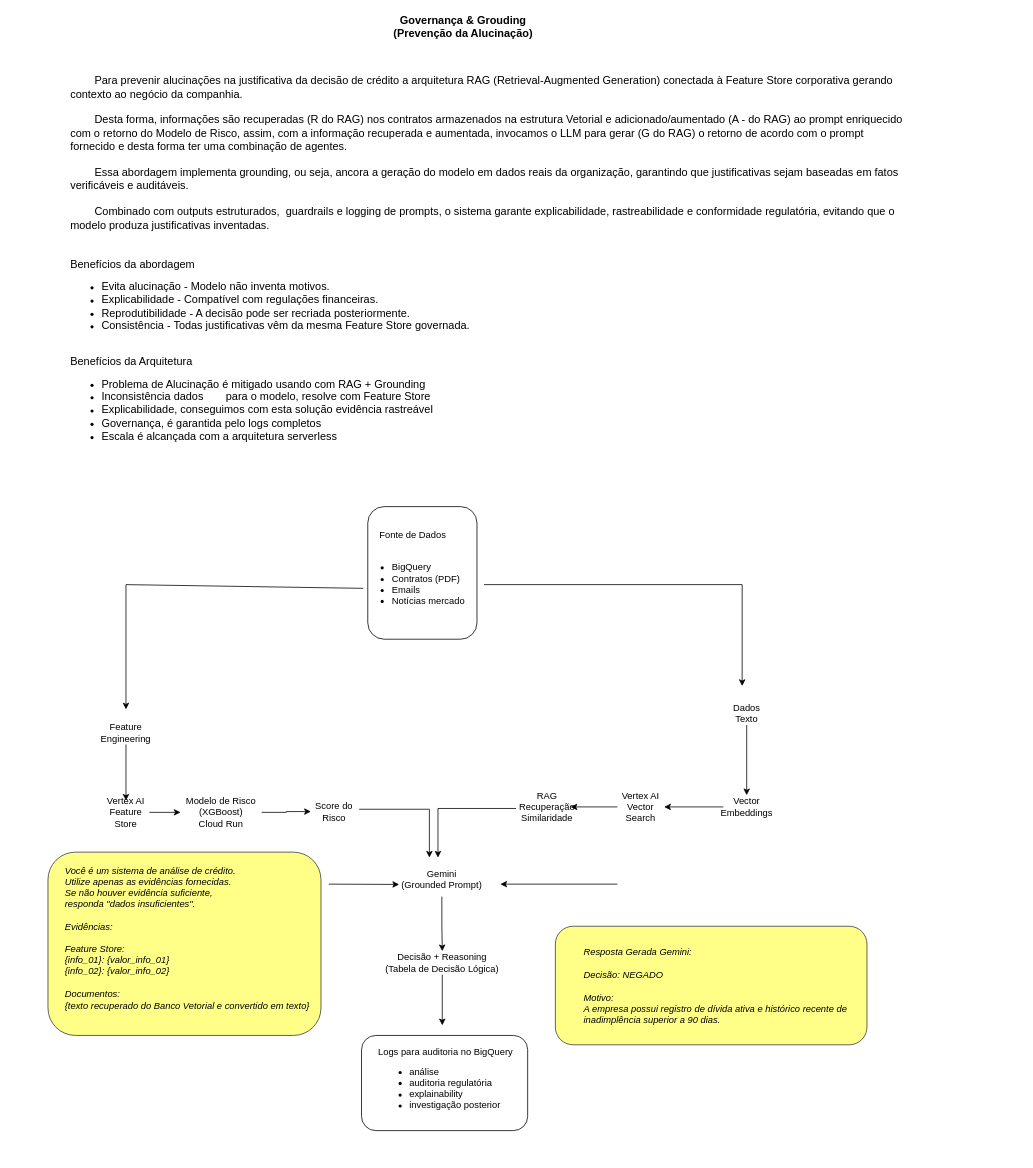
Earlier version of the draw.io diagram Diagramas/Avaliacao_Parte_V_Governança_Grouding_FabianoMarquesFonseca.drawio (fabianoml/Verity). Source tidied: cells renumbered, new cells numbered last; positions are measured from the earlier drawing's top-left corner, leaving out a move shared by most shapes. Both pictures are drawn from the tidied source at 78%, with x=0, y=0 at pixel (48, 15).
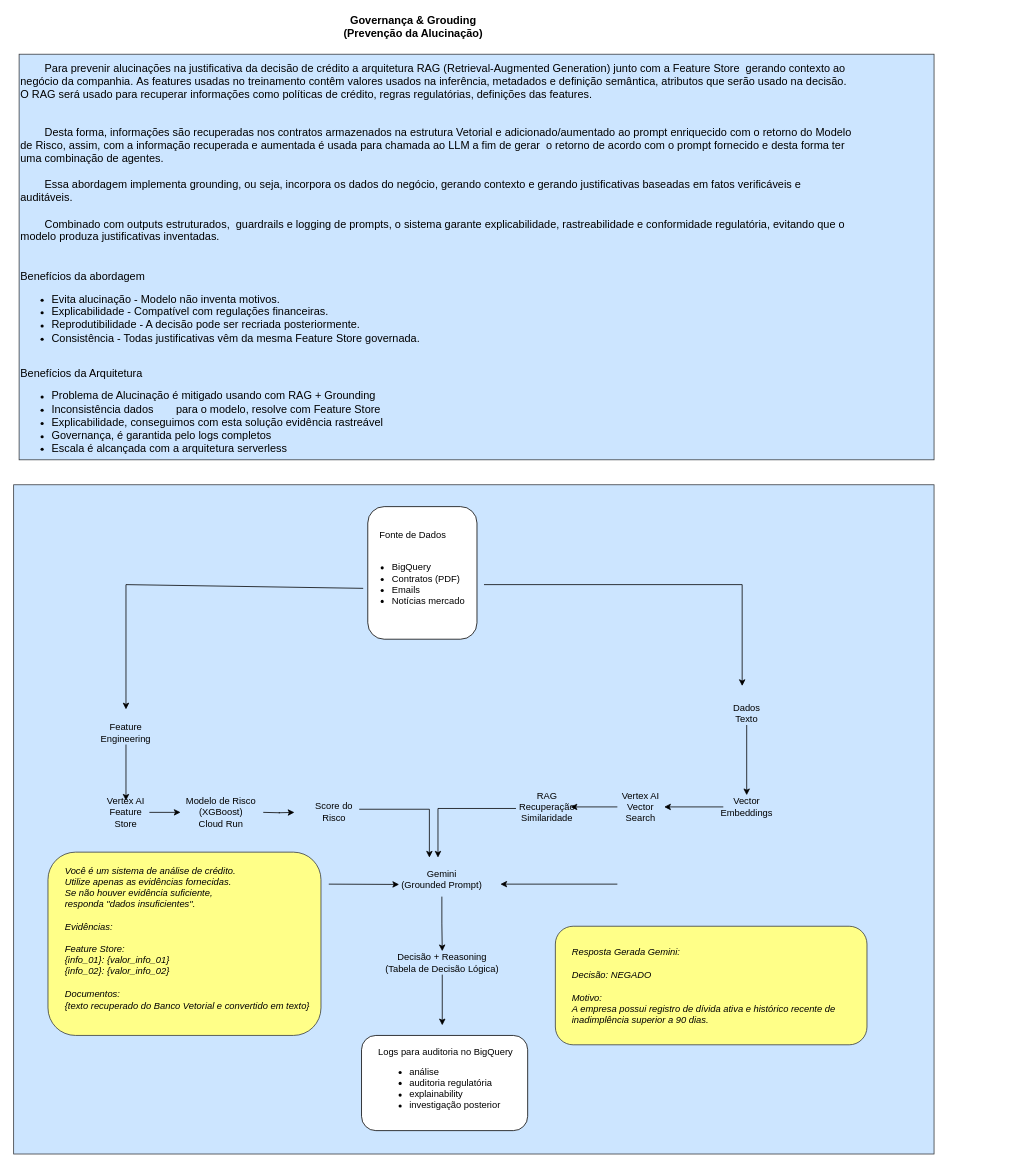
The same page after the edit.

Unchanged cells that the change refers to:
```xml
<mxCell id="15" value="Modelo de Risco (XGBoost)&lt;br&gt;Cloud Run" style="text;html=1;whiteSpace=wrap;strokeColor=none;fillColor=none;align=center;verticalAlign=middle;rounded=0;" parent="1" vertex="1">
  <mxGeometry x="170" y="1017" width="104" height="10" as="geometry" />
</mxCell>
<mxCell id="16" value="Score do Risco" style="text;html=1;whiteSpace=wrap;strokeColor=none;fillColor=none;align=center;verticalAlign=middle;rounded=0;" parent="1" vertex="1">
  <mxGeometry x="337" y="1006" width="60" height="30" as="geometry" />
</mxCell>
```

Diff of the diagram source:
```diff
@@
+    <mxCell id="36" style="rounded=0;whiteSpace=wrap;html=1;fillColor=#cce5ff;strokeColor=#36393d;" parent="1" vertex="1">
+      <mxGeometry x="-37" y="50" width="1173" height="520" as="geometry" />
+    </mxCell>
+    <mxCell id="37" style="rounded=0;whiteSpace=wrap;html=1;fillColor=#cce5ff;strokeColor=#36393d;" parent="1" vertex="1">
+      <mxGeometry x="-44" y="602" width="1180" height="858" as="geometry" />
+    </mxCell>
@@
     <mxCell id="6" value="&lt;b&gt;&lt;font style=&quot;font-size: 14px;&quot;&gt;Governança &amp;amp; Grouding&lt;br&gt;(Prevenção da Alucinação)&lt;/font&gt;&lt;/b&gt;" style="text;html=1;whiteSpace=wrap;strokeColor=none;fillColor=none;align=center;verticalAlign=middle;rounded=0;" parent="1" vertex="1">
-      <mxGeometry x="420" width="225" height="30" as="geometry" />
+      <mxGeometry x="356" width="225" height="30" as="geometry" />
     </mxCell>
-    <mxCell id="7" value="&lt;div style=&quot;&quot;&gt;&lt;div&gt;&lt;span style=&quot;font-size: 14px;&quot;&gt;&lt;span style=&quot;white-space: pre;&quot;&gt;&#9;&lt;/span&gt;Para prevenir alucinações na justificativa da decisão de crédito a arquitetura RAG (Retrieval-Augmented Generation) conectada à Feature Store corporativa gerando contexto ao negócio da companhia.&lt;/span&gt;&lt;/div&gt;&lt;div&gt;&lt;span style=&quot;font-size: 14px;&quot;&gt;&lt;span style=&quot;white-space: pre;&quot;&gt;&#9;&lt;/span&gt;&lt;br&gt;&lt;span style=&quot;white-space: pre;&quot;&gt;&#9;&lt;/span&gt;Desta forma, informações são recuperadas (R do RAG) nos contratos armazenados na estrutura Vetorial e adicionado/aumentado (A - do RAG) ao prompt enriquecido com o retorno do Modelo de Risco, assim,&amp;nbsp;&lt;/span&gt;&lt;span style=&quot;font-size: 14px; background-color: transparent; color: light-dark(rgb(0, 0, 0), rgb(255, 255, 255));&quot;&gt;com a informação recuperada e aumentada, invocamos o LLM para gerar (G do RAG) o retorno de acordo com o prompt fornecido e desta forma ter uma combinação de agentes.&lt;/span&gt;&lt;/div&gt;&lt;div&gt;&lt;span style=&quot;font-size: 14px;&quot;&gt;&lt;br&gt;&lt;/span&gt;&lt;/div&gt;&lt;div&gt;&lt;span style=&quot;font-size: 14px;&quot;&gt;&lt;span style=&quot;white-space: pre;&quot;&gt;&#9;&lt;/span&gt;Essa abordagem implementa grounding, ou seja, ancora a geração do modelo em dados reais da organização, garantindo que justificativas sejam baseadas em fatos verificáveis e auditáveis.&lt;/span&gt;&lt;/div&gt;&lt;div&gt;&lt;span style=&quot;font-size: 14px;&quot;&gt;&lt;br&gt;&lt;/span&gt;&lt;/div&gt;&lt;div&gt;&lt;span style=&quot;font-size: 14px;&quot;&gt;&lt;span style=&quot;white-space: pre;&quot;&gt;&#9;&lt;/span&gt;Combinado com outputs estruturados,&amp;nbsp; guardrails e logging de prompts, o sistema garante explicabilidade, rastreabilidade e conformidade regulatória, evitando que o modelo produza justificativas inventadas.&lt;/span&gt;&lt;/div&gt;&lt;div&gt;&lt;span style=&quot;font-size: 14px;&quot;&gt;&lt;br&gt;&lt;/span&gt;&lt;/div&gt;&lt;div&gt;&lt;span style=&quot;font-size: 14px;&quot;&gt;&lt;br&gt;&lt;/span&gt;&lt;/div&gt;&lt;div&gt;&lt;span style=&quot;font-size: 14px;&quot;&gt;Benefícios da abordagem&lt;/span&gt;&lt;/div&gt;&lt;div&gt;&lt;ul&gt;&lt;li&gt;&lt;span style=&quot;font-size: 14px;&quot;&gt;Evita alucinação - Modelo não inventa motivos.&lt;/span&gt;&lt;/li&gt;&lt;li&gt;&lt;span style=&quot;font-size: 14px; background-color: transparent; color: light-dark(rgb(0, 0, 0), rgb(255, 255, 255));&quot;&gt;Explicabilidade - Compatível com regulações financeiras.&lt;/span&gt;&lt;/li&gt;&lt;li&gt;&lt;span style=&quot;font-size: 14px; background-color: transparent; color: light-dark(rgb(0, 0, 0), rgb(255, 255, 255));&quot;&gt;Reprodutibilidade - A decisão pode ser recriada posteriormente.&lt;/span&gt;&lt;/li&gt;&lt;li&gt;&lt;span style=&quot;font-size: 14px; background-color: transparent; color: light-dark(rgb(0, 0, 0), rgb(255, 255, 255));&quot;&gt;Consistência - Todas justificativas vêm da mesma Feature Store governada.&lt;/span&gt;&lt;/li&gt;&lt;/ul&gt;&lt;/div&gt;&lt;div&gt;&lt;span style=&quot;font-size: 14px;&quot;&gt;&lt;br&gt;&lt;/span&gt;&lt;/div&gt;&lt;div&gt;&lt;span style=&quot;font-size: 14px;&quot;&gt;Benefícios da Arquitetura&lt;/span&gt;&lt;/div&gt;&lt;div&gt;&lt;ul&gt;&lt;li&gt;&lt;font style=&quot;font-size: 14px;&quot;&gt;&lt;span style=&quot;background-color: transparent; color: light-dark(rgb(0, 0, 0), rgb(255, 255, 255));&quot;&gt;Problema de Alucinação é&amp;nbsp;&lt;/span&gt;mitigado usando com&amp;nbsp;&lt;span style=&quot;background-color: transparent; color: light-dark(rgb(0, 0, 0), rgb(255, 255, 255));&quot;&gt;RAG + Grounding&lt;/span&gt;&lt;/font&gt;&lt;/li&gt;&lt;li&gt;&lt;font style=&quot;font-size: 14px;&quot;&gt;Inconsistência dados&lt;span style=&quot;white-space:pre&quot;&gt;&#9;&lt;/span&gt;&amp;nbsp;para o modelo, resolve com&amp;nbsp;Feature Store&lt;/font&gt;&lt;/li&gt;&lt;li&gt;&lt;font style=&quot;font-size: 14px;&quot;&gt;Explicabilidade, conseguimos com esta solução evidência rastreável&lt;/font&gt;&lt;/li&gt;&lt;li&gt;&lt;font style=&quot;font-size: 14px;&quot;&gt;Governança, é garantida pelo logs completos&lt;/font&gt;&lt;/li&gt;&lt;li&gt;&lt;font style=&quot;font-size: 14px;&quot;&gt;Escala é alcançada com a&amp;nbsp;arquitetura serverless&lt;/font&gt;&lt;/li&gt;&lt;/ul&gt;&lt;/div&gt;&lt;div&gt;&lt;br&gt;&lt;/div&gt;&lt;/div&gt;" style="text;html=1;whiteSpace=wrap;strokeColor=none;fillColor=none;align=left;verticalAlign=middle;rounded=0;" parent="1" vertex="1">
-      <mxGeometry x="27" y="310" width="1072.5" height="30" as="geometry" />
+    <mxCell id="7" value="&lt;div style=&quot;&quot;&gt;&lt;div&gt;&lt;span style=&quot;font-size: 14px;&quot;&gt;&lt;span style=&quot;white-space: pre;&quot;&gt;&#9;&lt;/span&gt;Para prevenir alucinações na justificativa da decisão de crédito a arquitetura RAG (Retrieval-Augmented Generation) junto com a Feature Store&amp;nbsp; gerando contexto ao negócio da companhia.&amp;nbsp;&lt;/span&gt;&lt;span style=&quot;background-color: transparent; font-size: 14px;&quot;&gt;As features usadas no treinamento contêm valores usados na inferência, metadados e definição semântica, atributos que serão usado na decisão.&lt;/span&gt;&lt;/div&gt;&lt;div&gt;&lt;span style=&quot;font-size: 14px;&quot;&gt;O RAG será usado para recuperar informações como políticas de crédito, regras regulatórias, definições das features.&lt;/span&gt;&lt;/div&gt;&lt;div&gt;&lt;br&gt;&lt;/div&gt;&lt;div&gt;&lt;span style=&quot;font-size: 14px;&quot;&gt;&lt;span style=&quot;white-space: pre;&quot;&gt;&#9;&lt;/span&gt;&lt;br&gt;&lt;span style=&quot;white-space: pre;&quot;&gt;&#9;&lt;/span&gt;Desta forma, informações são recuperadas nos contratos armazenados na estrutura Vetorial e adicionado/aumentado ao prompt enriquecido com o retorno do Modelo de Risco, assim,&amp;nbsp;&lt;/span&gt;&lt;span style=&quot;font-size: 14px; background-color: transparent; color: light-dark(rgb(0, 0, 0), rgb(255, 255, 255));&quot;&gt;com a informação recuperada e aumentada é usada para chamada ao LLM a fim de gerar&amp;nbsp; o retorno de acordo com o prompt fornecido e desta forma ter uma combinação de agentes.&lt;/span&gt;&lt;/div&gt;&lt;div&gt;&lt;span style=&quot;font-size: 14px;&quot;&gt;&lt;br&gt;&lt;/span&gt;&lt;/div&gt;&lt;div&gt;&lt;span style=&quot;font-size: 14px;&quot;&gt;&lt;span style=&quot;white-space: pre;&quot;&gt;&#9;&lt;/span&gt;Essa abordagem implementa grounding, ou seja, incorpora os dados do negócio, gerando contexto e gerando justificativas baseadas em fatos verificáveis e auditáveis.&lt;/span&gt;&lt;/div&gt;&lt;div&gt;&lt;span style=&quot;font-size: 14px;&quot;&gt;&lt;br&gt;&lt;/span&gt;&lt;/div&gt;&lt;div&gt;&lt;span style=&quot;font-size: 14px;&quot;&gt;&lt;span style=&quot;white-space: pre;&quot;&gt;&#9;&lt;/span&gt;Combinado com outputs estruturados,&amp;nbsp; guardrails e logging de prompts, o sistema garante explicabilidade, rastreabilidade e conformidade regulatória, evitando que o modelo produza justificativas inventadas.&lt;/span&gt;&lt;/div&gt;&lt;div&gt;&lt;span style=&quot;font-size: 14px;&quot;&gt;&lt;br&gt;&lt;/span&gt;&lt;/div&gt;&lt;div&gt;&lt;span style=&quot;font-size: 14px;&quot;&gt;&lt;br&gt;&lt;/span&gt;&lt;/div&gt;&lt;div&gt;&lt;span style=&quot;font-size: 14px;&quot;&gt;Benefícios da abordagem&lt;/span&gt;&lt;/div&gt;&lt;div&gt;&lt;ul&gt;&lt;li&gt;&lt;span style=&quot;font-size: 14px;&quot;&gt;Evita alucinação - Modelo não inventa motivos.&lt;/span&gt;&lt;/li&gt;&lt;li&gt;&lt;span style=&quot;font-size: 14px; background-color: transparent; color: light-dark(rgb(0, 0, 0), rgb(255, 255, 255));&quot;&gt;Explicabilidade - Compatível com regulações financeiras.&lt;/span&gt;&lt;/li&gt;&lt;li&gt;&lt;span style=&quot;font-size: 14px; background-color: transparent; color: light-dark(rgb(0, 0, 0), rgb(255, 255, 255));&quot;&gt;Reprodutibilidade - A decisão pode ser recriada posteriormente.&lt;/span&gt;&lt;/li&gt;&lt;li&gt;&lt;span style=&quot;font-size: 14px; background-color: transparent; color: light-dark(rgb(0, 0, 0), rgb(255, 255, 255));&quot;&gt;Consistência - Todas justificativas vêm da mesma Feature Store governada.&lt;/span&gt;&lt;/li&gt;&lt;/ul&gt;&lt;/div&gt;&lt;div&gt;&lt;span style=&quot;font-size: 14px;&quot;&gt;&lt;br&gt;&lt;/span&gt;&lt;/div&gt;&lt;div&gt;&lt;span style=&quot;font-size: 14px;&quot;&gt;Benefícios da Arquitetura&lt;/span&gt;&lt;/div&gt;&lt;div&gt;&lt;ul&gt;&lt;li&gt;&lt;font style=&quot;font-size: 14px;&quot;&gt;&lt;span style=&quot;background-color: transparent; color: light-dark(rgb(0, 0, 0), rgb(255, 255, 255));&quot;&gt;Problema de Alucinação é&amp;nbsp;&lt;/span&gt;mitigado usando com&amp;nbsp;&lt;span style=&quot;background-color: transparent; color: light-dark(rgb(0, 0, 0), rgb(255, 255, 255));&quot;&gt;RAG + Grounding&lt;/span&gt;&lt;/font&gt;&lt;/li&gt;&lt;li&gt;&lt;font style=&quot;font-size: 14px;&quot;&gt;Inconsistência dados&lt;span style=&quot;white-space:pre&quot;&gt;&#9;&lt;/span&gt;&amp;nbsp;para o modelo, resolve com&amp;nbsp;Feature Store&lt;/font&gt;&lt;/li&gt;&lt;li&gt;&lt;font style=&quot;font-size: 14px;&quot;&gt;Explicabilidade, conseguimos com esta solução evidência rastreável&lt;/font&gt;&lt;/li&gt;&lt;li&gt;&lt;font style=&quot;font-size: 14px;&quot;&gt;Governança, é garantida pelo logs completos&lt;/font&gt;&lt;/li&gt;&lt;li&gt;&lt;font style=&quot;font-size: 14px;&quot;&gt;Escala é alcançada com a&amp;nbsp;arquitetura serverless&lt;/font&gt;&lt;/li&gt;&lt;/ul&gt;&lt;/div&gt;&lt;div&gt;&lt;br&gt;&lt;/div&gt;&lt;/div&gt;" style="text;html=1;whiteSpace=wrap;strokeColor=none;fillColor=none;align=left;verticalAlign=middle;rounded=0;" parent="1" vertex="1">
+      <mxGeometry x="-37" y="310" width="1072.5" height="30" as="geometry" />
     </mxCell>
@@
-    <mxCell id="14" style="edgeStyle=orthogonalEdgeStyle;rounded=0;jettySize=auto;html=1;" parent="1" edge="1" source="15" target="16">
-      <mxGeometry relative="1" as="geometry" />
-    </mxCell>
@@
     <mxCell id="34" value="&lt;div&gt;&lt;i style=&quot;background-color: transparent; color: light-dark(rgb(0, 0, 0), rgb(255, 255, 255));&quot;&gt;Resposta Gerada Gemini:&lt;/i&gt;&lt;/div&gt;&lt;div&gt;&lt;i&gt;&lt;br&gt;&lt;/i&gt;&lt;/div&gt;&lt;div&gt;&lt;i&gt;Decisão: NEGADO&lt;/i&gt;&lt;/div&gt;&lt;div&gt;&lt;i&gt;&lt;br&gt;&lt;/i&gt;&lt;/div&gt;&lt;div&gt;&lt;i&gt;Motivo:&lt;/i&gt;&lt;/div&gt;&lt;div&gt;&lt;i&gt;A empresa possui registro de dívida ativa e histórico recente de &lt;br&gt;inadimplência superior a 90 dias.&lt;/i&gt;&lt;/div&gt;" style="text;html=1;whiteSpace=wrap;strokeColor=none;fillColor=none;align=left;verticalAlign=middle;rounded=0;" parent="1" vertex="1">
-      <mxGeometry x="685" y="1230" width="560" height="30" as="geometry" />
+      <mxGeometry x="670" y="1230" width="560" height="30" as="geometry" />
     </mxCell>
@@
+    <mxCell id="38" style="edgeStyle=orthogonalEdgeStyle;rounded=0;orthogonalLoop=1;jettySize=auto;html=1;" parent="1" edge="1">
+      <mxGeometry relative="1" as="geometry">
+        <mxPoint x="276" y="1022" as="sourcePoint" />
+        <mxPoint x="316" y="1022" as="targetPoint" />
+      </mxGeometry>
+    </mxCell>
```
